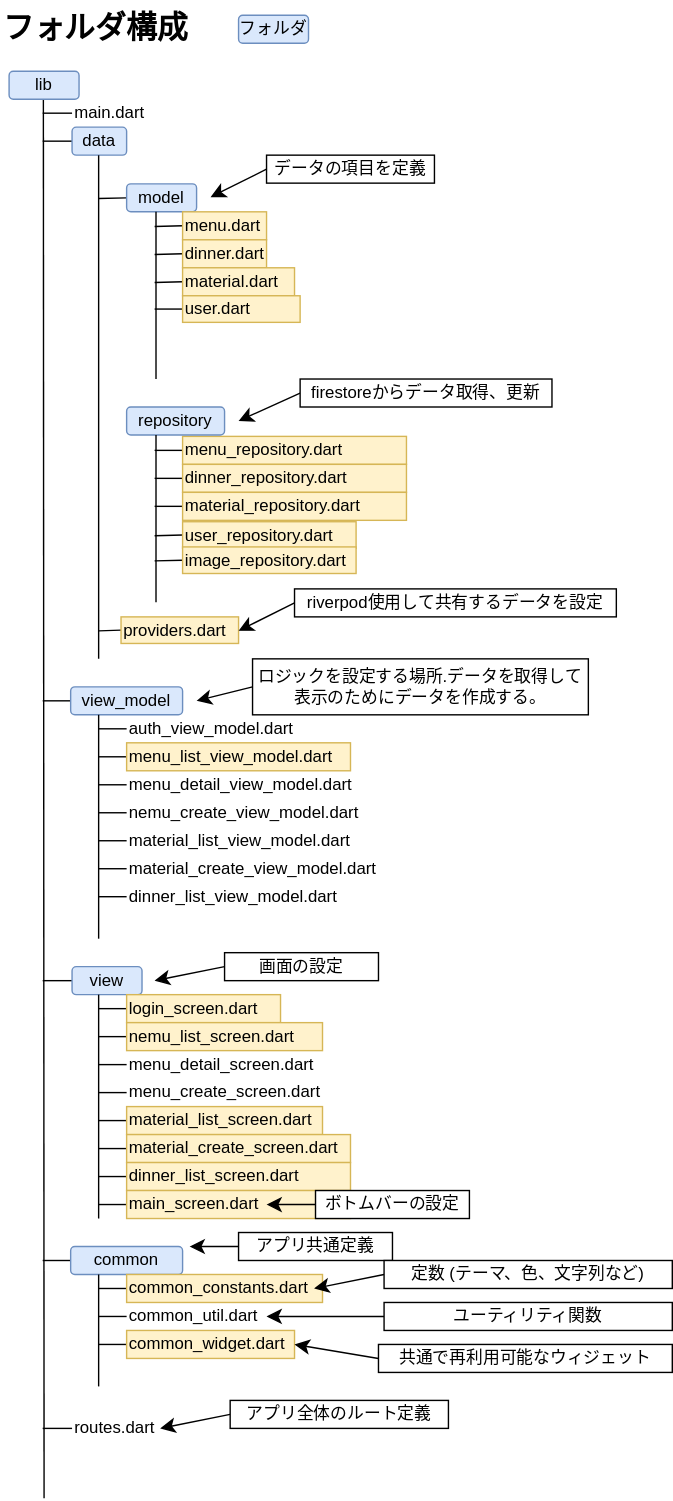
Earlier version of the draw.io export フォルダ構成.drawio.svg (maki1125/menu). Source tidied: cells renumbered, new cells last; positions are measured from the earlier drawing's top-left corner, leaving out a move shared by most shapes.
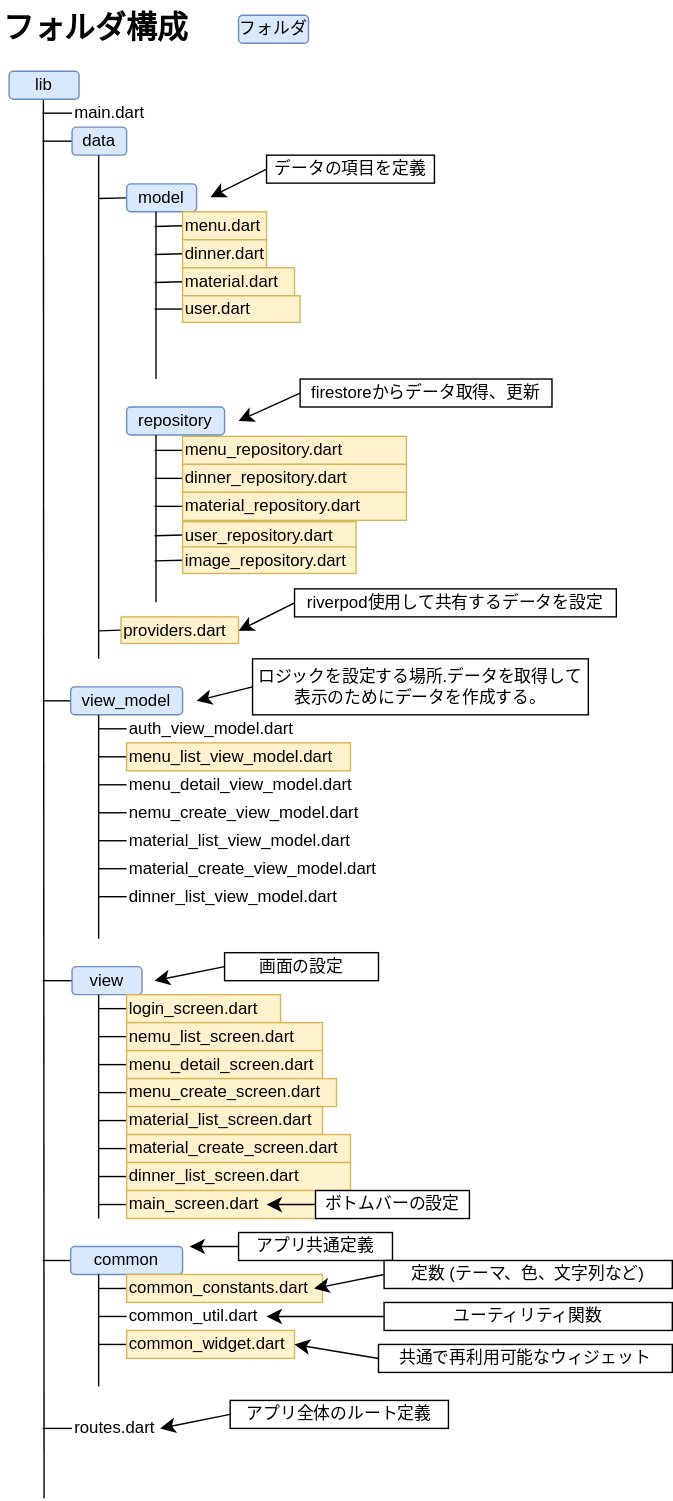
Later version of the same file.

Commit message:
フォルダ構成.drawio.svg を更新します

What changed in the source:
```diff
@@ -91,7 +91,7 @@
         <mxPoint x="70" y="760" as="targetPoint" />
       </mxGeometry>
     </mxCell>
-    <mxCell id="24" value="menu_detail_screen.dart" style="text;html=1;align=left;verticalAlign=middle;whiteSpace=wrap;rounded=0;" parent="1" vertex="1">
+    <mxCell id="24" value="menu_detail_screen.dart" style="text;html=1;align=left;verticalAlign=middle;whiteSpace=wrap;rounded=0;fillColor=#fff2cc;strokeColor=#d6b656;" parent="1" vertex="1">
       <mxGeometry x="90" y="750" width="140" height="20" as="geometry" />
     </mxCell>
     <mxCell id="25" style="edgeStyle=none;curved=1;rounded=0;jettySize=auto;html=1;exitX=0;exitY=0.5;exitDx=0;exitDy=0;fontSize=12;startSize=8;endSize=8;endArrow=none;endFill=0;" parent="1" edge="1" source="26">
@@ -99,7 +99,7 @@
         <mxPoint x="70" y="780" as="targetPoint" />
       </mxGeometry>
     </mxCell>
-    <mxCell id="26" value="menu_create_screen.dart" style="text;html=1;align=left;verticalAlign=middle;whiteSpace=wrap;rounded=0;" parent="1" vertex="1">
+    <mxCell id="26" value="menu_create_screen.dart" style="text;html=1;align=left;verticalAlign=middle;whiteSpace=wrap;rounded=0;fillColor=#fff2cc;strokeColor=#d6b656;" parent="1" vertex="1">
       <mxGeometry x="90" y="770" width="150" height="20" as="geometry" />
     </mxCell>
     <mxCell id="27" style="edgeStyle=none;curved=1;rounded=0;jettySize=auto;html=1;exitX=0;exitY=0.5;exitDx=0;exitDy=0;fontSize=12;startSize=8;endSize=8;endArrow=none;endFill=0;" parent="1" edge="1" source="28">
```
